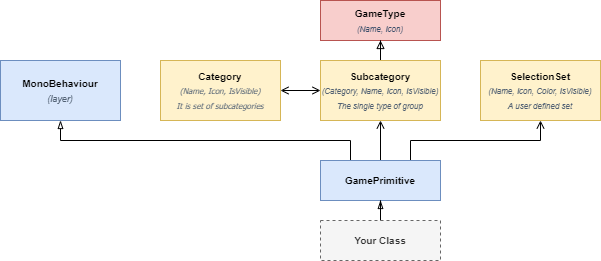
Above: Documentation/XiGameToolDiagram.drawio.png in hww/XiGameTool (draw.io), before the change. Source tidied: cells renumbered, new cells last; positions are measured from the earlier drawing's top-left corner, leaving out a move shared by most shapes.
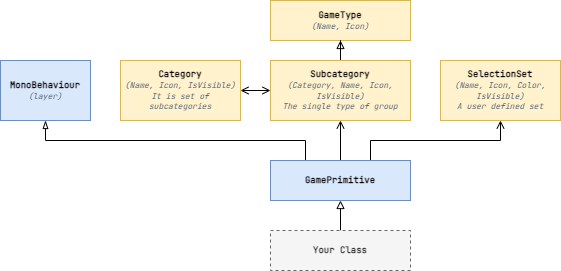
Later version of the same file.

Commit message:
chore(code): Diagram

The edit, as a diff of the source:
```diff
@@ -2,8 +2,8 @@
   <root>
     <mxCell id="0" />
     <mxCell id="1" parent="0" />
-    <mxCell id="2" value="&lt;b style=&quot;font-size: 10px;&quot;&gt;&lt;font style=&quot;font-size: 10px;&quot;&gt;GameType&lt;/font&gt;&lt;br&gt;&lt;/b&gt;&lt;i style=&quot;&quot;&gt;&lt;font color=&quot;#3a4d69&quot; style=&quot;font-size: 8px;&quot;&gt;(Name, Icon)&lt;/font&gt;&lt;/i&gt;&lt;b&gt;&lt;br&gt;&lt;/b&gt;" style="rounded=0;whiteSpace=wrap;html=1;fillColor=#f8cecc;strokeColor=#b85450;" parent="1" vertex="1">
-      <mxGeometry x="320" width="120" height="40" as="geometry" />
+    <mxCell id="2" value="&lt;b style=&quot;font-size: 9px;&quot;&gt;&lt;font style=&quot;font-size: 9px;&quot;&gt;GameType&lt;/font&gt;&lt;br style=&quot;font-size: 9px;&quot;&gt;&lt;/b&gt;&lt;i style=&quot;&quot;&gt;&lt;font color=&quot;#3a4d69&quot; style=&quot;font-size: 8px;&quot;&gt;(Name, Icon)&lt;/font&gt;&lt;/i&gt;&lt;b style=&quot;font-size: 9px;&quot;&gt;&lt;br style=&quot;font-size: 9px;&quot;&gt;&lt;/b&gt;" style="rounded=0;whiteSpace=wrap;html=1;fillColor=#fff2cc;strokeColor=#d6b656;fontFamily=JetBrains Mono;fontSource=https%3A%2F%2Ffonts.googleapis.com%2Fcss%3Ffamily%3DJetBrains%2BMono;fontSize=9;" parent="1" vertex="1">
+      <mxGeometry x="310" width="140" height="40" as="geometry" />
     </mxCell>
     <mxCell id="3" style="edgeStyle=orthogonalEdgeStyle;rounded=0;jettySize=auto;html=1;entryX=0.5;entryY=1;entryDx=0;entryDy=0;endArrow=block;endFill=0;" parent="1" edge="1" source="5" target="2">
       <mxGeometry relative="1" as="geometry" />
@@ -11,13 +11,13 @@
     <mxCell id="4" style="edgeStyle=orthogonalEdgeStyle;rounded=0;jettySize=auto;html=1;entryX=1;entryY=0.5;entryDx=0;entryDy=0;endArrow=open;endFill=0;startArrow=open;startFill=0;" parent="1" edge="1" source="5" target="6">
       <mxGeometry relative="1" as="geometry" />
     </mxCell>
-    <mxCell id="5" value="&lt;b&gt;&lt;font style=&quot;font-size: 10px;&quot;&gt;Subcategory&lt;/font&gt;&lt;br&gt;&lt;/b&gt;&lt;font style=&quot;font-size: 8px;&quot;&gt;&lt;i style=&quot;color: rgb(82, 97, 115);&quot;&gt;(Category, Name, Icon, IsVisible)&lt;/i&gt;&lt;br&gt;&lt;i style=&quot;color: rgb(82, 97, 115);&quot;&gt;The single type of group&lt;/i&gt;&lt;/font&gt;&lt;b&gt;&lt;br&gt;&lt;/b&gt;" style="rounded=0;whiteSpace=wrap;html=1;fillColor=#fff2cc;strokeColor=#d6b656;" parent="1" vertex="1">
-      <mxGeometry x="320" y="60" width="120" height="60" as="geometry" />
+    <mxCell id="5" value="&lt;b style=&quot;font-size: 9px;&quot;&gt;&lt;font style=&quot;font-size: 9px;&quot;&gt;Subcategory&lt;/font&gt;&lt;br style=&quot;font-size: 9px;&quot;&gt;&lt;/b&gt;&lt;font style=&quot;font-size: 8px;&quot;&gt;&lt;i style=&quot;color: rgb(82, 97, 115);&quot;&gt;(Category, Name, Icon, IsVisible)&lt;/i&gt;&lt;br style=&quot;&quot;&gt;&lt;i style=&quot;color: rgb(82, 97, 115);&quot;&gt;The single type of group&lt;/i&gt;&lt;/font&gt;&lt;b style=&quot;font-size: 9px;&quot;&gt;&lt;br style=&quot;font-size: 9px;&quot;&gt;&lt;/b&gt;" style="rounded=0;whiteSpace=wrap;html=1;fillColor=#fff2cc;strokeColor=#d6b656;fontFamily=JetBrains Mono;fontSource=https%3A%2F%2Ffonts.googleapis.com%2Fcss%3Ffamily%3DJetBrains%2BMono;fontSize=9;" parent="1" vertex="1">
+      <mxGeometry x="310" y="60" width="140" height="60" as="geometry" />
     </mxCell>
-    <mxCell id="6" value="&lt;b&gt;&lt;font style=&quot;font-size: 10px;&quot;&gt;Category&lt;/font&gt;&lt;br&gt;&lt;/b&gt;&lt;font face=&quot;Tahoma&quot; style=&quot;font-size: 8px;&quot;&gt;&lt;i style=&quot;color: rgb(82, 97, 115);&quot;&gt;(Name, Icon, IsVisible)&lt;br&gt;&lt;/i&gt;&lt;font color=&quot;#526173&quot; style=&quot;font-size: 8px;&quot;&gt;&lt;i style=&quot;&quot;&gt;It is set of subcategories&lt;/i&gt;&lt;/font&gt;&lt;/font&gt;" style="rounded=0;whiteSpace=wrap;html=1;fillColor=#fff2cc;strokeColor=#d6b656;" parent="1" vertex="1">
+    <mxCell id="6" value="&lt;b style=&quot;font-size: 9px;&quot;&gt;&lt;font style=&quot;font-size: 9px;&quot;&gt;Category&lt;/font&gt;&lt;br style=&quot;font-size: 9px;&quot;&gt;&lt;/b&gt;&lt;font style=&quot;font-size: 8px;&quot;&gt;&lt;i style=&quot;color: rgb(82, 97, 115);&quot;&gt;(Name, Icon, IsVisible)&lt;br style=&quot;&quot;&gt;&lt;/i&gt;&lt;font color=&quot;#526173&quot; style=&quot;font-size: 8px;&quot;&gt;&lt;i style=&quot;&quot;&gt;It is set of subcategories&lt;/i&gt;&lt;/font&gt;&lt;/font&gt;" style="rounded=0;whiteSpace=wrap;html=1;fillColor=#fff2cc;strokeColor=#d6b656;fontFamily=JetBrains Mono;fontSource=https%3A%2F%2Ffonts.googleapis.com%2Fcss%3Ffamily%3DJetBrains%2BMono;fontSize=9;" parent="1" vertex="1">
       <mxGeometry x="160" y="60" width="120" height="60" as="geometry" />
     </mxCell>
-    <mxCell id="7" value="&lt;b&gt;&lt;font style=&quot;font-size: 10px;&quot;&gt;SelectionSet&lt;/font&gt;&lt;br&gt;&lt;/b&gt;&lt;font style=&quot;font-size: 8px;&quot;&gt;&lt;i style=&quot;color: rgb(82, 97, 115);&quot;&gt;(Name, Icon, Color, IsVisible)&lt;/i&gt;&lt;br&gt;&lt;i style=&quot;color: rgb(82, 97, 115);&quot;&gt;A user defined set&lt;/i&gt;&lt;/font&gt;" style="rounded=0;whiteSpace=wrap;html=1;fillColor=#fff2cc;strokeColor=#d6b656;" parent="1" vertex="1">
+    <mxCell id="7" value="&lt;b style=&quot;font-size: 9px;&quot;&gt;&lt;font style=&quot;font-size: 9px;&quot;&gt;SelectionSet&lt;/font&gt;&lt;br style=&quot;font-size: 9px;&quot;&gt;&lt;/b&gt;&lt;font style=&quot;font-size: 8px;&quot;&gt;&lt;i style=&quot;color: rgb(82, 97, 115);&quot;&gt;(Name, Icon, Color, IsVisible)&lt;/i&gt;&lt;br style=&quot;&quot;&gt;&lt;i style=&quot;color: rgb(82, 97, 115);&quot;&gt;A user defined set&lt;/i&gt;&lt;/font&gt;" style="rounded=0;whiteSpace=wrap;html=1;fillColor=#fff2cc;strokeColor=#d6b656;fontFamily=JetBrains Mono;fontSource=https%3A%2F%2Ffonts.googleapis.com%2Fcss%3Ffamily%3DJetBrains%2BMono;fontSize=9;" parent="1" vertex="1">
       <mxGeometry x="480" y="60" width="120" height="60" as="geometry" />
     </mxCell>
     <mxCell id="8" style="edgeStyle=orthogonalEdgeStyle;rounded=0;jettySize=auto;html=1;entryX=0.5;entryY=1;entryDx=0;entryDy=0;endArrow=open;endFill=0;" parent="1" edge="1" source="11" target="5">
@@ -34,22 +34,22 @@
     <mxCell id="10" style="edgeStyle=orthogonalEdgeStyle;rounded=0;jettySize=auto;html=1;exitX=0.25;exitY=0;exitDx=0;exitDy=0;entryX=0.5;entryY=1;entryDx=0;entryDy=0;fontSize=11;fontColor=#3A4D69;startArrow=none;startFill=0;endArrow=blockThin;endFill=0;" parent="1" edge="1" source="11" target="12">
       <mxGeometry relative="1" as="geometry">
         <Array as="points">
-          <mxPoint x="350" y="140" />
-          <mxPoint x="60" y="140" />
+          <mxPoint x="345" y="140" />
+          <mxPoint x="85" y="140" />
         </Array>
       </mxGeometry>
     </mxCell>
-    <mxCell id="11" value="&lt;b&gt;&lt;font style=&quot;font-size: 10px;&quot;&gt;GamePrimitive&lt;/font&gt;&lt;/b&gt;" style="rounded=0;whiteSpace=wrap;html=1;fillColor=#dae8fc;strokeColor=#6c8ebf;" parent="1" vertex="1">
-      <mxGeometry x="320" y="160" width="120" height="40" as="geometry" />
+    <mxCell id="11" value="&lt;b style=&quot;font-size: 9px;&quot;&gt;&lt;font style=&quot;font-size: 9px;&quot;&gt;GamePrimitive&lt;/font&gt;&lt;/b&gt;" style="rounded=0;whiteSpace=wrap;html=1;fillColor=#dae8fc;strokeColor=#6c8ebf;fontFamily=JetBrains Mono;fontSource=https%3A%2F%2Ffonts.googleapis.com%2Fcss%3Ffamily%3DJetBrains%2BMono;fontSize=9;" parent="1" vertex="1">
+      <mxGeometry x="310" y="160" width="140" height="40" as="geometry" />
     </mxCell>
-    <mxCell id="12" value="&lt;b&gt;&lt;font style=&quot;font-size: 10px;&quot;&gt;MonoBehaviour&lt;/font&gt;&lt;/b&gt;&lt;br&gt;&lt;i&gt;&lt;font color=&quot;#526173&quot; style=&quot;font-size: 9px;&quot;&gt;(layer)&lt;/font&gt;&lt;/i&gt;" style="rounded=0;whiteSpace=wrap;html=1;fillColor=#dae8fc;strokeColor=#6c8ebf;" parent="1" vertex="1">
-      <mxGeometry y="60" width="120" height="60" as="geometry" />
+    <mxCell id="12" value="&lt;b style=&quot;font-size: 9px;&quot;&gt;&lt;font style=&quot;font-size: 9px;&quot;&gt;MonoBehaviour&lt;/font&gt;&lt;/b&gt;&lt;br style=&quot;font-size: 9px;&quot;&gt;&lt;i style=&quot;&quot;&gt;&lt;font color=&quot;#526173&quot; style=&quot;font-size: 8px;&quot;&gt;(layer)&lt;/font&gt;&lt;/i&gt;" style="rounded=0;whiteSpace=wrap;html=1;fillColor=#dae8fc;strokeColor=#6c8ebf;fontFamily=JetBrains Mono;fontSource=https%3A%2F%2Ffonts.googleapis.com%2Fcss%3Ffamily%3DJetBrains%2BMono;fontSize=9;" parent="1" vertex="1">
+      <mxGeometry x="40" y="60" width="90" height="60" as="geometry" />
     </mxCell>
-    <mxCell id="13" style="edgeStyle=orthogonalEdgeStyle;rounded=0;jettySize=auto;html=1;entryX=0.5;entryY=1;entryDx=0;entryDy=0;fontSize=11;fontColor=#3A4D69;startArrow=none;startFill=0;endArrow=blockThin;endFill=0;" parent="1" edge="1" source="14" target="11">
+    <mxCell id="13" style="edgeStyle=orthogonalEdgeStyle;rounded=0;jettySize=auto;html=1;fontSize=11;fontColor=#3A4D69;startArrow=none;startFill=0;endArrow=block;endFill=0;entryX=0.5;entryY=1;entryDx=0;entryDy=0;" parent="1" edge="1" source="14" target="11">
       <mxGeometry relative="1" as="geometry" />
     </mxCell>
-    <mxCell id="14" value="&lt;b&gt;&lt;font style=&quot;font-size: 10px;&quot;&gt;Your Class&lt;/font&gt;&lt;/b&gt;" style="rounded=0;whiteSpace=wrap;html=1;fillColor=#f5f5f5;strokeColor=#666666;fontColor=#333333;dashed=1;" parent="1" vertex="1">
-      <mxGeometry x="320" y="220" width="120" height="40" as="geometry" />
+    <mxCell id="14" value="&lt;b style=&quot;font-size: 9px;&quot;&gt;&lt;font style=&quot;font-size: 9px;&quot;&gt;Your Class&lt;/font&gt;&lt;/b&gt;" style="rounded=0;whiteSpace=wrap;html=1;fillColor=#f5f5f5;strokeColor=#666666;fontColor=#333333;dashed=1;fontFamily=JetBrains Mono;fontSource=https%3A%2F%2Ffonts.googleapis.com%2Fcss%3Ffamily%3DJetBrains%2BMono;fontSize=9;" parent="1" vertex="1">
+      <mxGeometry x="310" y="230" width="140" height="40" as="geometry" />
     </mxCell>
   </root>
 </mxGraphModel>
```
